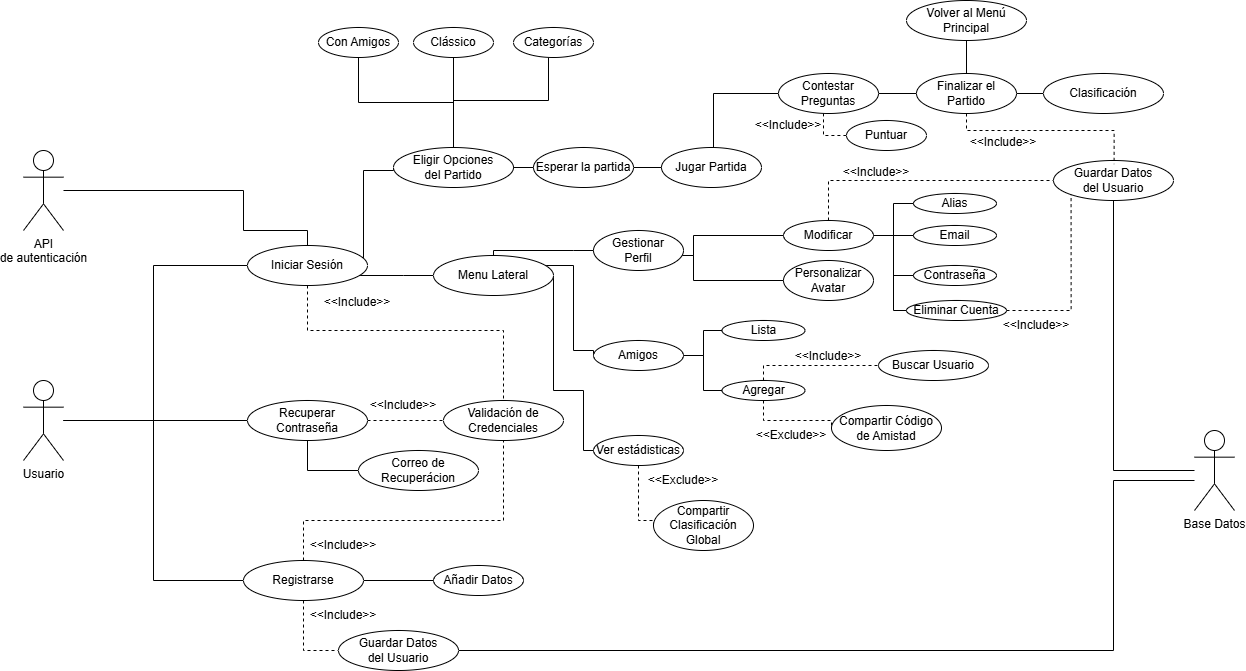
This is TriviAPP.png from g-biroli/Repositorio-Drawio, a draw.io export, as it was before one commit. Source tidied: cells renumbered, new cells last; positions are measured from the earlier drawing's top-left corner, leaving out a move shared by most shapes.
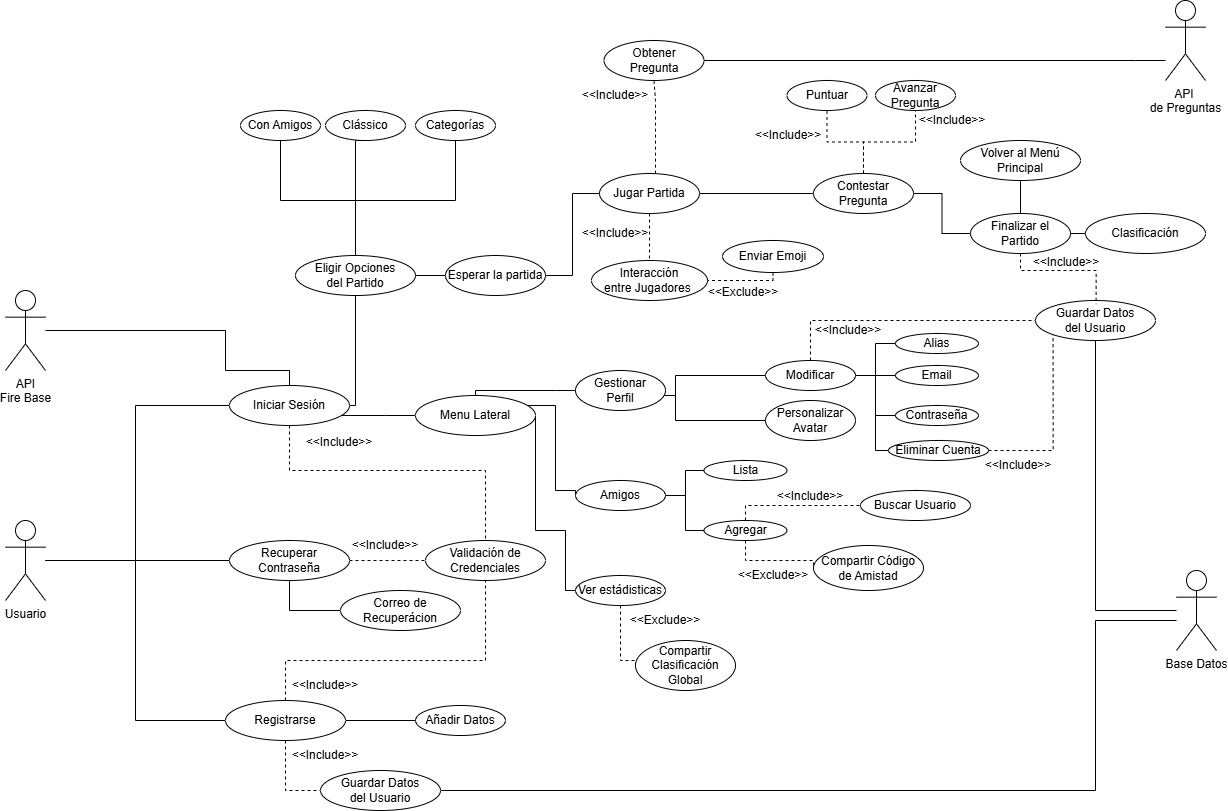
After the change.

Diff of the diagram source:
```diff
@@ -51,7 +51,7 @@
         </Array>
       </mxGeometry>
     </mxCell>
-    <mxCell id="10" value="&lt;div&gt;API&lt;/div&gt;&lt;div&gt;de autenticación&lt;/div&gt;" style="shape=umlActor;verticalLabelPosition=bottom;verticalAlign=top;html=1;outlineConnect=0;" parent="1" vertex="1">
+    <mxCell id="10" value="&lt;div&gt;API&lt;/div&gt;&lt;div&gt;Fire Base&lt;/div&gt;" style="shape=umlActor;verticalLabelPosition=bottom;verticalAlign=top;html=1;outlineConnect=0;" parent="1" vertex="1">
       <mxGeometry y="150" width="40" height="80" as="geometry" />
     </mxCell>
     <mxCell id="11" style="edgeStyle=orthogonalEdgeStyle;shape=connector;rounded=0;jettySize=auto;html=1;entryX=0.5;entryY=0;entryDx=0;entryDy=0;strokeColor=default;align=center;verticalAlign=middle;fontFamily=Helvetica;fontSize=11;fontColor=default;labelBackgroundColor=default;startFill=0;endArrow=none;dashed=1;" parent="1" edge="1" source="14" target="15">
@@ -73,8 +73,8 @@
     <mxCell id="13" style="edgeStyle=orthogonalEdgeStyle;shape=connector;rounded=0;jettySize=auto;html=1;entryX=0;entryY=0.5;entryDx=0;entryDy=0;strokeColor=default;align=center;verticalAlign=middle;fontFamily=Helvetica;fontSize=11;fontColor=default;labelBackgroundColor=default;startFill=0;endArrow=none;" parent="1" edge="1" source="14" target="29">
       <mxGeometry relative="1" as="geometry">
         <Array as="points">
-          <mxPoint x="340" y="170" />
-          <mxPoint x="370" y="170" />
+          <mxPoint x="350" y="265" />
+          <mxPoint x="350" y="137" />
         </Array>
       </mxGeometry>
     </mxCell>
@@ -119,23 +119,31 @@
     <mxCell id="25" value="Recuperar&lt;div&gt;Contraseña&lt;/div&gt;" style="ellipse;whiteSpace=wrap;html=1;" parent="1" vertex="1">
       <mxGeometry x="224" y="400" width="120" height="40" as="geometry" />
     </mxCell>
+    <mxCell id="27" style="edgeStyle=orthogonalEdgeStyle;shape=connector;rounded=0;jettySize=auto;html=1;entryX=0.5;entryY=1;entryDx=0;entryDy=0;strokeColor=default;align=center;verticalAlign=middle;fontFamily=Helvetica;fontSize=11;fontColor=default;labelBackgroundColor=default;startFill=0;endArrow=none;" parent="1" edge="1" source="29" target="47">
+      <mxGeometry relative="1" as="geometry">
+        <Array as="points">
+          <mxPoint x="350" y="60" />
+          <mxPoint x="275" y="60" />
+        </Array>
+      </mxGeometry>
+    </mxCell>
+    <mxCell id="91" style="edgeStyle=orthogonalEdgeStyle;shape=connector;rounded=0;jettySize=auto;html=1;entryX=0.5;entryY=1;entryDx=0;entryDy=0;strokeColor=default;align=center;verticalAlign=middle;fontFamily=Helvetica;fontSize=11;fontColor=default;labelBackgroundColor=default;startFill=0;endArrow=none;" parent="1" edge="1" source="29" target="51">
+      <mxGeometry relative="1" as="geometry">
+        <Array as="points">
+          <mxPoint x="350" y="60" />
+          <mxPoint x="450" y="60" />
+        </Array>
+      </mxGeometry>
+    </mxCell>
     <mxCell id="26" style="edgeStyle=orthogonalEdgeStyle;shape=connector;rounded=0;jettySize=auto;html=1;entryX=0.5;entryY=1;entryDx=0;entryDy=0;strokeColor=default;align=center;verticalAlign=middle;fontFamily=Helvetica;fontSize=11;fontColor=default;labelBackgroundColor=default;startFill=0;endArrow=none;" parent="1" edge="1" source="29" target="50">
-      <mxGeometry relative="1" as="geometry" />
+      <mxGeometry relative="1" as="geometry">
+        <Array as="points">
+          <mxPoint x="350" />
+        </Array>
+      </mxGeometry>
     </mxCell>
-    <mxCell id="27" style="edgeStyle=orthogonalEdgeStyle;shape=connector;rounded=0;jettySize=auto;html=1;entryX=0.5;entryY=1;entryDx=0;entryDy=0;strokeColor=default;align=center;verticalAlign=middle;fontFamily=Helvetica;fontSize=11;fontColor=default;labelBackgroundColor=default;startFill=0;endArrow=none;" parent="1" edge="1" source="29" target="47">
-      <mxGeometry relative="1" as="geometry" />
-    </mxCell>
-    <mxCell id="28" style="edgeStyle=orthogonalEdgeStyle;shape=connector;rounded=0;jettySize=auto;html=1;entryX=0.5;entryY=1;entryDx=0;entryDy=0;strokeColor=default;align=center;verticalAlign=middle;fontFamily=Helvetica;fontSize=11;fontColor=default;labelBackgroundColor=default;startFill=0;endArrow=none;" parent="1" edge="1" source="29">
-      <mxGeometry relative="1" as="geometry">
-        <mxPoint x="525" y="57" as="targetPoint" />
-        <Array as="points">
-          <mxPoint x="430" y="100" />
-          <mxPoint x="525" y="100" />
-        </Array>
-      </mxGeometry>
-    </mxCell>
     <mxCell id="29" value="Eligir Opciones&lt;div&gt;del Partido&lt;/div&gt;" style="ellipse;whiteSpace=wrap;html=1;" parent="1" vertex="1">
-      <mxGeometry x="370" y="147" width="120" height="40" as="geometry" />
+      <mxGeometry x="290" y="115" width="120" height="40" as="geometry" />
     </mxCell>
     <mxCell id="30" style="edgeStyle=orthogonalEdgeStyle;shape=connector;rounded=0;jettySize=auto;html=1;entryX=0;entryY=0.5;entryDx=0;entryDy=0;strokeColor=default;align=center;verticalAlign=middle;fontFamily=Helvetica;fontSize=11;fontColor=default;labelBackgroundColor=default;startFill=0;endArrow=none;" parent="1" edge="1" source="33" target="38">
       <mxGeometry relative="1" as="geometry">
@@ -198,37 +206,39 @@
     <mxCell id="39" value="Añadir Datos" style="ellipse;whiteSpace=wrap;html=1;" parent="1" vertex="1">
       <mxGeometry x="410" y="565" width="90" height="30" as="geometry" />
     </mxCell>
+    <mxCell id="92" style="edgeStyle=orthogonalEdgeStyle;shape=connector;rounded=0;jettySize=auto;html=1;entryX=0.5;entryY=1;entryDx=0;entryDy=0;strokeColor=default;align=center;verticalAlign=middle;fontFamily=Helvetica;fontSize=11;fontColor=default;labelBackgroundColor=default;startFill=0;endArrow=none;dashed=1;" parent="1" edge="1" source="41" target="97">
+      <mxGeometry relative="1" as="geometry">
+        <Array as="points">
+          <mxPoint x="650" y="-40" />
+        </Array>
+      </mxGeometry>
+    </mxCell>
     <mxCell id="40" style="edgeStyle=orthogonalEdgeStyle;shape=connector;rounded=0;jettySize=auto;html=1;entryX=0;entryY=0.5;entryDx=0;entryDy=0;strokeColor=default;align=center;verticalAlign=middle;fontFamily=Helvetica;fontSize=11;fontColor=default;labelBackgroundColor=default;startFill=0;endArrow=none;" parent="1" edge="1" source="41" target="44">
-      <mxGeometry relative="1" as="geometry">
-        <Array as="points">
-          <mxPoint x="690" y="93" />
-        </Array>
-      </mxGeometry>
+      <mxGeometry relative="1" as="geometry" />
     </mxCell>
+    <mxCell id="93" style="edgeStyle=orthogonalEdgeStyle;shape=connector;rounded=0;jettySize=auto;html=1;entryX=0.5;entryY=0;entryDx=0;entryDy=0;strokeColor=default;align=center;verticalAlign=middle;fontFamily=Helvetica;fontSize=11;fontColor=default;labelBackgroundColor=default;startFill=0;endArrow=none;dashed=1;" parent="1" edge="1" source="41" target="100">
+      <mxGeometry relative="1" as="geometry" />
+    </mxCell>
     <mxCell id="41" value="Jugar Partida" style="ellipse;whiteSpace=wrap;html=1;" parent="1" vertex="1">
-      <mxGeometry x="638" y="147" width="100" height="40" as="geometry" />
+      <mxGeometry x="594" y="33" width="100" height="40" as="geometry" />
     </mxCell>
     <mxCell id="42" style="edgeStyle=orthogonalEdgeStyle;shape=connector;rounded=0;jettySize=auto;html=1;entryX=0;entryY=0.5;entryDx=0;entryDy=0;strokeColor=default;align=center;verticalAlign=middle;fontFamily=Helvetica;fontSize=11;fontColor=default;labelBackgroundColor=default;startFill=0;endArrow=none;" parent="1" edge="1" source="44" target="54">
       <mxGeometry relative="1" as="geometry" />
     </mxCell>
-    <mxCell id="43" style="edgeStyle=orthogonalEdgeStyle;shape=connector;rounded=0;jettySize=auto;html=1;entryX=0;entryY=0.5;entryDx=0;entryDy=0;strokeColor=default;align=center;verticalAlign=middle;fontFamily=Helvetica;fontSize=11;fontColor=default;labelBackgroundColor=default;startFill=0;endArrow=none;dashed=1;" parent="1" edge="1" source="44" target="45">
-      <mxGeometry relative="1" as="geometry">
-        <Array as="points">
-          <mxPoint x="800" y="135" />
-        </Array>
-      </mxGeometry>
+    <mxCell id="43" style="edgeStyle=orthogonalEdgeStyle;shape=connector;rounded=0;jettySize=auto;html=1;entryX=0.5;entryY=1;entryDx=0;entryDy=0;strokeColor=default;align=center;verticalAlign=middle;fontFamily=Helvetica;fontSize=11;fontColor=default;labelBackgroundColor=default;startFill=0;endArrow=none;dashed=1;" parent="1" edge="1" source="44" target="45">
+      <mxGeometry relative="1" as="geometry" />
     </mxCell>
+    <mxCell id="94" style="edgeStyle=orthogonalEdgeStyle;shape=connector;rounded=0;jettySize=auto;html=1;entryX=0.5;entryY=1;entryDx=0;entryDy=0;strokeColor=default;align=center;verticalAlign=middle;fontFamily=Helvetica;fontSize=11;fontColor=default;labelBackgroundColor=default;startFill=0;endArrow=none;dashed=1;" parent="1" edge="1" source="44" target="103">
+      <mxGeometry relative="1" as="geometry" />
+    </mxCell>
-    <mxCell id="44" value="Contestar Preguntas" style="ellipse;whiteSpace=wrap;html=1;" parent="1" vertex="1">
-      <mxGeometry x="755" y="73" width="100" height="40" as="geometry" />
+    <mxCell id="44" value="Contestar Pregunta" style="ellipse;whiteSpace=wrap;html=1;" parent="1" vertex="1">
+      <mxGeometry x="808" y="33" width="100" height="40" as="geometry" />
     </mxCell>
     <mxCell id="45" value="Puntuar" style="ellipse;whiteSpace=wrap;html=1;" parent="1" vertex="1">
-      <mxGeometry x="823" y="120" width="80" height="30" as="geometry" />
+      <mxGeometry x="781.5" y="-60" width="80" height="30" as="geometry" />
     </mxCell>
-    <mxCell id="46" value="&amp;lt;&amp;lt;Include&amp;gt;&amp;gt;" style="text;html=1;align=center;verticalAlign=middle;whiteSpace=wrap;rounded=0;" parent="1" vertex="1">
-      <mxGeometry x="735" y="110" width="60" height="30" as="geometry" />
-    </mxCell>
     <mxCell id="47" value="Con Amigos" style="ellipse;whiteSpace=wrap;html=1;" parent="1" vertex="1">
-      <mxGeometry x="295" y="27" width="80" height="30" as="geometry" />
+      <mxGeometry x="235" y="-30" width="80" height="30" as="geometry" />
     </mxCell>
     <mxCell id="48" value="&amp;lt;&amp;lt;Include&amp;gt;&amp;gt;" style="text;html=1;align=center;verticalAlign=middle;whiteSpace=wrap;rounded=0;" parent="1" vertex="1">
       <mxGeometry x="290" y="600" width="60" height="30" as="geometry" />
@@ -237,10 +247,10 @@
       <mxGeometry x="350" y="390" width="60" height="30" as="geometry" />
     </mxCell>
     <mxCell id="50" value="Clássico" style="ellipse;whiteSpace=wrap;html=1;" parent="1" vertex="1">
-      <mxGeometry x="390" y="27" width="80" height="30" as="geometry" />
+      <mxGeometry x="320" y="-30" width="80" height="30" as="geometry" />
     </mxCell>
     <mxCell id="51" value="Categorías" style="ellipse;whiteSpace=wrap;html=1;" parent="1" vertex="1">
-      <mxGeometry x="490" y="27" width="80" height="30" as="geometry" />
+      <mxGeometry x="410" y="-30" width="80" height="30" as="geometry" />
     </mxCell>
     <mxCell id="52" style="edgeStyle=orthogonalEdgeStyle;shape=connector;rounded=0;jettySize=auto;html=1;entryX=0.5;entryY=1;entryDx=0;entryDy=0;strokeColor=default;align=center;verticalAlign=middle;fontFamily=Helvetica;fontSize=11;fontColor=default;labelBackgroundColor=default;startFill=0;endArrow=none;" parent="1" edge="1" source="54" target="56">
       <mxGeometry relative="1" as="geometry" />
@@ -249,16 +259,16 @@
       <mxGeometry relative="1" as="geometry" />
     </mxCell>
     <mxCell id="54" value="Finalizar el Partido" style="ellipse;whiteSpace=wrap;html=1;" parent="1" vertex="1">
-      <mxGeometry x="893" y="73" width="100" height="40" as="geometry" />
+      <mxGeometry x="965" y="73" width="100" height="40" as="geometry" />
     </mxCell>
     <mxCell id="55" value="Guardar Datos&lt;div&gt;del Usuario&lt;/div&gt;" style="ellipse;whiteSpace=wrap;html=1;" parent="1" vertex="1">
       <mxGeometry x="1030" y="160" width="120" height="40" as="geometry" />
     </mxCell>
     <mxCell id="56" value="Volver al Menú Principal" style="ellipse;whiteSpace=wrap;html=1;" parent="1" vertex="1">
-      <mxGeometry x="883" width="120" height="40" as="geometry" />
+      <mxGeometry x="955" width="120" height="40" as="geometry" />
     </mxCell>
     <mxCell id="57" value="Clasificación" style="ellipse;whiteSpace=wrap;html=1;" parent="1" vertex="1">
-      <mxGeometry x="1020" y="73" width="120" height="40" as="geometry" />
+      <mxGeometry x="1080" y="73" width="120" height="40" as="geometry" />
     </mxCell>
     <mxCell id="58" value="Correo de Recuperácion" style="ellipse;whiteSpace=wrap;html=1;" parent="1" vertex="1">
       <mxGeometry x="335" y="450" width="120" height="40" as="geometry" />
@@ -332,10 +342,10 @@
       <mxGeometry x="698.5" y="380" width="83" height="20" as="geometry" />
     </mxCell>
     <mxCell id="76" value="&amp;lt;&amp;lt;Include&amp;gt;&amp;gt;" style="text;html=1;align=center;verticalAlign=middle;whiteSpace=wrap;rounded=0;" parent="1" vertex="1">
-      <mxGeometry x="823" y="157" width="60" height="30" as="geometry" />
+      <mxGeometry x="813" y="175" width="60" height="30" as="geometry" />
     </mxCell>
     <mxCell id="77" value="&amp;lt;&amp;lt;Include&amp;gt;&amp;gt;" style="text;html=1;align=center;verticalAlign=middle;whiteSpace=wrap;rounded=0;" parent="1" vertex="1">
-      <mxGeometry x="950" y="127" width="60" height="30" as="geometry" />
+      <mxGeometry x="1031" y="107" width="60" height="30" as="geometry" />
     </mxCell>
     <mxCell id="78" value="Compartir Código&lt;div&gt;de Amistad&lt;/div&gt;" style="ellipse;whiteSpace=wrap;html=1;" parent="1" vertex="1">
       <mxGeometry x="808" y="405" width="110" height="45" as="geometry" />
@@ -364,7 +374,7 @@
     <mxCell id="86" style="edgeStyle=orthogonalEdgeStyle;shape=connector;rounded=0;jettySize=auto;html=1;entryX=0.505;entryY=0.09;entryDx=0;entryDy=0;entryPerimeter=0;strokeColor=default;align=center;verticalAlign=middle;fontFamily=Helvetica;fontSize=11;fontColor=default;labelBackgroundColor=default;startFill=0;endArrow=none;dashed=1;" parent="1" edge="1" source="54" target="55">
       <mxGeometry relative="1" as="geometry">
         <Array as="points">
-          <mxPoint x="943" y="130" />
+          <mxPoint x="1015" y="130" />
           <mxPoint x="1091" y="130" />
         </Array>
       </mxGeometry>
@@ -379,7 +389,52 @@
       <mxGeometry relative="1" as="geometry" />
     </mxCell>
     <mxCell id="90" value="Esperar la partida" style="ellipse;whiteSpace=wrap;html=1;" parent="1" vertex="1">
-      <mxGeometry x="510" y="147" width="100" height="40" as="geometry" />
+      <mxGeometry x="440" y="115" width="100" height="40" as="geometry" />
     </mxCell>
+    <mxCell id="95" style="edgeStyle=orthogonalEdgeStyle;rounded=0;jettySize=auto;html=1;entryX=1;entryY=0.5;entryDx=0;entryDy=0;endArrow=none;startFill=0;" parent="1" edge="1" source="96" target="97">
+      <mxGeometry relative="1" as="geometry">
+        <Array as="points">
+          <mxPoint x="1130" y="-80" />
+          <mxPoint x="1130" y="-80" />
+        </Array>
+      </mxGeometry>
+    </mxCell>
+    <mxCell id="96" value="&lt;div&gt;API&amp;nbsp;&lt;/div&gt;&lt;div&gt;de Preguntas&lt;/div&gt;" style="shape=umlActor;verticalLabelPosition=bottom;verticalAlign=top;html=1;outlineConnect=0;" parent="1" vertex="1">
+      <mxGeometry x="1160" y="-140" width="40" height="80" as="geometry" />
+    </mxCell>
+    <mxCell id="97" value="Obtener&lt;div&gt;Pregunta&lt;/div&gt;" style="ellipse;whiteSpace=wrap;html=1;" parent="1" vertex="1">
+      <mxGeometry x="598.5" y="-100" width="100" height="40" as="geometry" />
+    </mxCell>
+    <mxCell id="98" value="&amp;lt;&amp;lt;Include&amp;gt;&amp;gt;" style="text;html=1;align=center;verticalAlign=middle;whiteSpace=wrap;rounded=0;" parent="1" vertex="1">
+      <mxGeometry x="753" y="-20" width="60" height="30" as="geometry" />
+    </mxCell>
+    <mxCell id="99" value="&amp;lt;&amp;lt;Include&amp;gt;&amp;gt;" style="text;html=1;align=center;verticalAlign=middle;whiteSpace=wrap;rounded=0;" parent="1" vertex="1">
+      <mxGeometry x="580" y="-60" width="60" height="30" as="geometry" />
+    </mxCell>
+    <mxCell id="100" value="Interacción&lt;div&gt;entre Jugadores&amp;nbsp;&lt;/div&gt;" style="ellipse;whiteSpace=wrap;html=1;" parent="1" vertex="1">
+      <mxGeometry x="586" y="120" width="116" height="40" as="geometry" />
+    </mxCell>
+    <mxCell id="101" style="edgeStyle=orthogonalEdgeStyle;shape=connector;rounded=0;jettySize=auto;html=1;entryX=1;entryY=0.5;entryDx=0;entryDy=0;strokeColor=default;align=center;verticalAlign=middle;fontFamily=Helvetica;fontSize=11;fontColor=default;labelBackgroundColor=default;startFill=0;endArrow=none;dashed=1;" parent="1" edge="1" source="102" target="100">
+      <mxGeometry relative="1" as="geometry">
+        <Array as="points">
+          <mxPoint x="768" y="140" />
+        </Array>
+      </mxGeometry>
+    </mxCell>
+    <mxCell id="102" value="Enviar Emoji" style="ellipse;whiteSpace=wrap;html=1;" parent="1" vertex="1">
+      <mxGeometry x="717" y="100" width="101" height="32" as="geometry" />
+    </mxCell>
+    <mxCell id="103" value="Avanzar&lt;div&gt;Pregunta&lt;/div&gt;" style="ellipse;whiteSpace=wrap;html=1;" parent="1" vertex="1">
+      <mxGeometry x="870" y="-60" width="80" height="30" as="geometry" />
+    </mxCell>
+    <mxCell id="104" value="&amp;lt;&amp;lt;Include&amp;gt;&amp;gt;" style="text;html=1;align=center;verticalAlign=middle;whiteSpace=wrap;rounded=0;" parent="1" vertex="1">
+      <mxGeometry x="917" y="-35" width="60" height="30" as="geometry" />
+    </mxCell>
+    <mxCell id="105" value="&amp;lt;&amp;lt;Include&amp;gt;&amp;gt;" style="text;html=1;align=center;verticalAlign=middle;whiteSpace=wrap;rounded=0;" parent="1" vertex="1">
+      <mxGeometry x="580" y="78" width="60" height="30" as="geometry" />
+    </mxCell>
+    <mxCell id="106" value="&amp;lt;&amp;lt;Exclude&amp;gt;&amp;gt;" style="text;html=1;align=center;verticalAlign=middle;whiteSpace=wrap;rounded=0;" parent="1" vertex="1">
+      <mxGeometry x="708" y="137" width="60" height="30" as="geometry" />
+    </mxCell>
   </root>
 </mxGraphModel>
```
